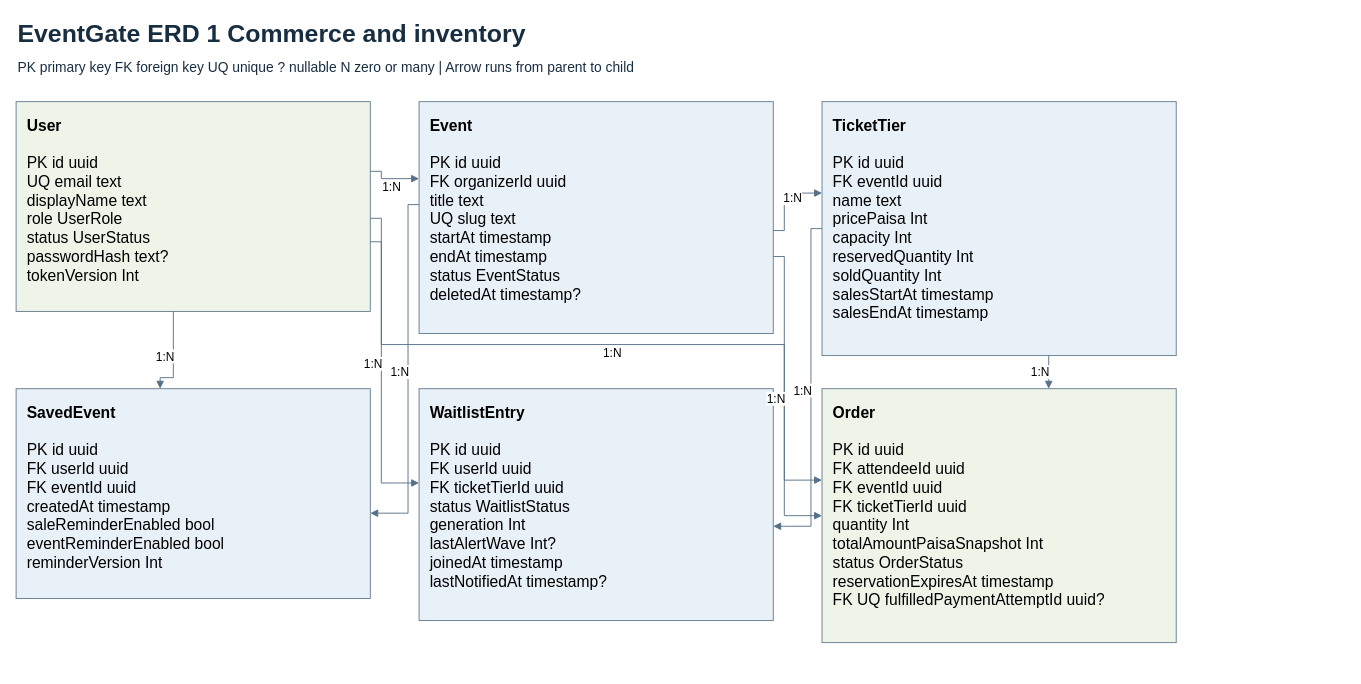
Above: page "EventGate ERD 1 Commerce and inventory" (1 of 6) of diagrams/eventgate-erd.drawio in SayemHasan74/eventgate-system-design (draw.io), before the change. Source tidied: cells renumbered, new cells numbered last; positions are measured from the earlier drawing's top-left corner, leaving out a move shared by most shapes. Both pictures are drawn from the tidied source at 92%, with x=0, y=0 at pixel (16, 16).
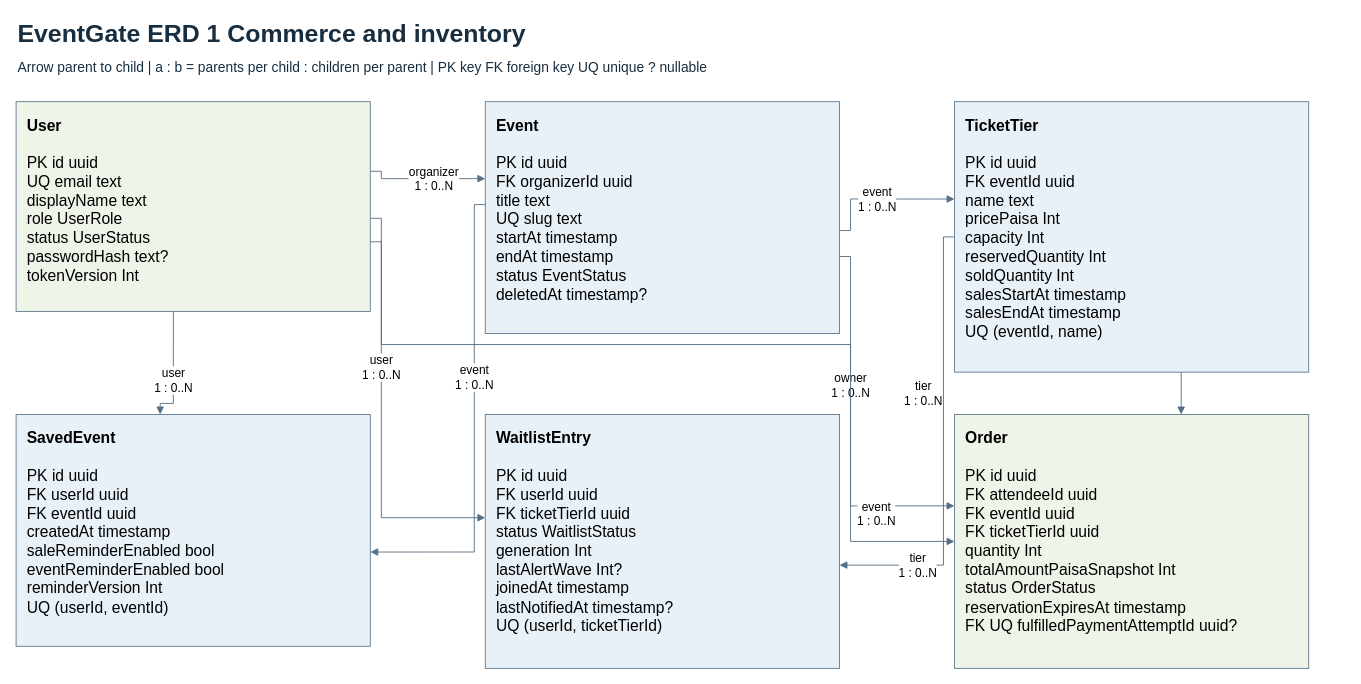
Above is the later version.

The change refers to these unchanged cells:
```xml
<mxCell id="4" value="&lt;b&gt;User&lt;/b&gt;&lt;br&gt;&lt;br&gt;PK id  uuid&lt;br&gt;UQ email  text&lt;br&gt;displayName  text&lt;br&gt;role  UserRole&lt;br&gt;status  UserStatus&lt;br&gt;passwordHash  text?&lt;br&gt;tokenVersion  Int" style="rounded=0;whiteSpace=wrap;html=1;align=left;verticalAlign=top;spacing=12;fontFamily=Arial;fontSize=17;fillColor=#eff4e9;strokeColor=#657c8f;" parent="1" vertex="1">
  <mxGeometry y="93" width="385" height="228" as="geometry" />
</mxCell>
```

The edit, as a diff of the source:
```diff
@@
     <mxCell id="2" value="EventGate ERD 1 Commerce and inventory" style="text;html=0;align=left;verticalAlign=middle;fontSize=27;fontStyle=1;fontColor=#172d40;" parent="1" vertex="1">
-      <mxGeometry width="1264" height="32" as="geometry" />
+      <mxGeometry width="1444" height="32" as="geometry" />
     </mxCell>
-    <mxCell id="3" value="PK primary key   FK foreign key   UQ unique   ? nullable   N zero or many   |   Arrow runs from parent to child" style="text;html=0;align=left;verticalAlign=middle;fontSize=15;fontStyle=0;fontColor=#172d40;" parent="1" vertex="1">
-      <mxGeometry y="39" width="1264" height="32" as="geometry" />
+    <mxCell id="3" value="Arrow parent to child   |   a : b = parents per child : children per parent   |   PK key   FK foreign key   UQ unique   ? nullable" style="text;html=0;align=left;verticalAlign=middle;fontSize=15;fontStyle=0;fontColor=#172d40;" parent="1" vertex="1">
+      <mxGeometry y="39" width="1444" height="32" as="geometry" />
     </mxCell>
@@
     <mxCell id="5" value="&lt;b&gt;Event&lt;/b&gt;&lt;br&gt;&lt;br&gt;PK id  uuid&lt;br&gt;FK organizerId  uuid&lt;br&gt;title  text&lt;br&gt;UQ slug  text&lt;br&gt;startAt  timestamp&lt;br&gt;endAt  timestamp&lt;br&gt;status  EventStatus&lt;br&gt;deletedAt  timestamp?" style="rounded=0;whiteSpace=wrap;html=1;align=left;verticalAlign=top;spacing=12;fontFamily=Arial;fontSize=17;fillColor=#e9f1f8;strokeColor=#657c8f;" parent="1" vertex="1">
-      <mxGeometry x="438" y="93" width="385" height="252" as="geometry" />
+      <mxGeometry x="510" y="93" width="385" height="252" as="geometry" />
     </mxCell>
-    <mxCell id="6" value="&lt;b&gt;TicketTier&lt;/b&gt;&lt;br&gt;&lt;br&gt;PK id  uuid&lt;br&gt;FK eventId  uuid&lt;br&gt;name  text&lt;br&gt;pricePaisa  Int&lt;br&gt;capacity  Int&lt;br&gt;reservedQuantity  Int&lt;br&gt;soldQuantity  Int&lt;br&gt;salesStartAt  timestamp&lt;br&gt;salesEndAt  timestamp" style="rounded=0;whiteSpace=wrap;html=1;align=left;verticalAlign=top;spacing=12;fontFamily=Arial;fontSize=17;fillColor=#e9f1f8;strokeColor=#657c8f;" parent="1" vertex="1">
-      <mxGeometry x="876" y="93" width="385" height="276" as="geometry" />
+    <mxCell id="6" value="&lt;b&gt;TicketTier&lt;/b&gt;&lt;br&gt;&lt;br&gt;PK id  uuid&lt;br&gt;FK eventId  uuid&lt;br&gt;name  text&lt;br&gt;pricePaisa  Int&lt;br&gt;capacity  Int&lt;br&gt;reservedQuantity  Int&lt;br&gt;soldQuantity  Int&lt;br&gt;salesStartAt  timestamp&lt;br&gt;salesEndAt  timestamp&lt;br&gt;UQ (eventId, name)" style="rounded=0;whiteSpace=wrap;html=1;align=left;verticalAlign=top;spacing=12;fontFamily=Arial;fontSize=17;fillColor=#e9f1f8;strokeColor=#657c8f;" parent="1" vertex="1">
+      <mxGeometry x="1020" y="93" width="385" height="294" as="geometry" />
     </mxCell>
-    <mxCell id="7" value="&lt;b&gt;SavedEvent&lt;/b&gt;&lt;br&gt;&lt;br&gt;PK id  uuid&lt;br&gt;FK userId  uuid&lt;br&gt;FK eventId  uuid&lt;br&gt;createdAt  timestamp&lt;br&gt;saleReminderEnabled  bool&lt;br&gt;eventReminderEnabled  bool&lt;br&gt;reminderVersion  Int" style="rounded=0;whiteSpace=wrap;html=1;align=left;verticalAlign=top;spacing=12;fontFamily=Arial;fontSize=17;fillColor=#e9f1f8;strokeColor=#657c8f;" parent="1" vertex="1">
-      <mxGeometry y="405" width="385" height="228" as="geometry" />
+    <mxCell id="7" value="&lt;b&gt;SavedEvent&lt;/b&gt;&lt;br&gt;&lt;br&gt;PK id  uuid&lt;br&gt;FK userId  uuid&lt;br&gt;FK eventId  uuid&lt;br&gt;createdAt  timestamp&lt;br&gt;saleReminderEnabled  bool&lt;br&gt;eventReminderEnabled  bool&lt;br&gt;reminderVersion  Int&lt;br&gt;UQ (userId, eventId)" style="rounded=0;whiteSpace=wrap;html=1;align=left;verticalAlign=top;spacing=12;fontFamily=Arial;fontSize=17;fillColor=#e9f1f8;strokeColor=#657c8f;" parent="1" vertex="1">
+      <mxGeometry y="433" width="385" height="252" as="geometry" />
     </mxCell>
-    <mxCell id="8" value="&lt;b&gt;WaitlistEntry&lt;/b&gt;&lt;br&gt;&lt;br&gt;PK id  uuid&lt;br&gt;FK userId  uuid&lt;br&gt;FK ticketTierId  uuid&lt;br&gt;status  WaitlistStatus&lt;br&gt;generation  Int&lt;br&gt;lastAlertWave  Int?&lt;br&gt;joinedAt  timestamp&lt;br&gt;lastNotifiedAt  timestamp?" style="rounded=0;whiteSpace=wrap;html=1;align=left;verticalAlign=top;spacing=12;fontFamily=Arial;fontSize=17;fillColor=#e9f1f8;strokeColor=#657c8f;" parent="1" vertex="1">
-      <mxGeometry x="438" y="405" width="385" height="252" as="geometry" />
+    <mxCell id="8" value="&lt;b&gt;WaitlistEntry&lt;/b&gt;&lt;br&gt;&lt;br&gt;PK id  uuid&lt;br&gt;FK userId  uuid&lt;br&gt;FK ticketTierId  uuid&lt;br&gt;status  WaitlistStatus&lt;br&gt;generation  Int&lt;br&gt;lastAlertWave  Int?&lt;br&gt;joinedAt  timestamp&lt;br&gt;lastNotifiedAt  timestamp?&lt;br&gt;UQ (userId, ticketTierId)" style="rounded=0;whiteSpace=wrap;html=1;align=left;verticalAlign=top;spacing=12;fontFamily=Arial;fontSize=17;fillColor=#e9f1f8;strokeColor=#657c8f;" parent="1" vertex="1">
+      <mxGeometry x="510" y="433" width="385" height="276" as="geometry" />
     </mxCell>
     <mxCell id="9" value="&lt;b&gt;Order&lt;/b&gt;&lt;br&gt;&lt;br&gt;PK id  uuid&lt;br&gt;FK attendeeId  uuid&lt;br&gt;FK eventId  uuid&lt;br&gt;FK ticketTierId  uuid&lt;br&gt;quantity  Int&lt;br&gt;totalAmountPaisaSnapshot  Int&lt;br&gt;status  OrderStatus&lt;br&gt;reservationExpiresAt  timestamp&lt;br&gt;FK UQ fulfilledPaymentAttemptId  uuid?" style="rounded=0;whiteSpace=wrap;html=1;align=left;verticalAlign=top;spacing=12;fontFamily=Arial;fontSize=17;fillColor=#eff4e9;strokeColor=#657c8f;" parent="1" vertex="1">
-      <mxGeometry x="876" y="405" width="385" height="276" as="geometry" />
+      <mxGeometry x="1020" y="433" width="385" height="276" as="geometry" />
     </mxCell>
-    <mxCell id="10" value="1:N" style="edgeStyle=none;rounded=0;html=1;fontSize=13;labelBackgroundColor=#ffffff;strokeColor=#557087;endArrow=block;endFill=1;exitX=1;exitY=0.332;entryX=0;entryY=0.332;exitPerimeter=0;entryPerimeter=0;dashed=0;" parent="1" edge="1" source="4" target="5">
-      <mxGeometry y="-9" relative="1" as="geometry">
+    <mxCell id="10" value="organizer&lt;br&gt;1 : 0..N" style="edgeStyle=none;rounded=0;html=1;fontSize=13;labelBackgroundColor=#ffffff;strokeColor=#557087;endArrow=block;endFill=1;exitX=1;exitY=0.332;entryX=0;entryY=0.332;exitPerimeter=0;entryPerimeter=0;dashed=0;" parent="1" edge="1" source="4" target="5">
+      <mxGeometry relative="1" as="geometry">
         <Array as="points">
           <mxPoint x="397" y="168.7" />
           <mxPoint x="397" y="176.7" />
         </Array>
+        <mxPoint x="10" as="offset" />
       </mxGeometry>
     </mxCell>
-    <mxCell id="11" value="1:N" style="edgeStyle=none;rounded=0;html=1;fontSize=13;labelBackgroundColor=#ffffff;strokeColor=#557087;endArrow=block;endFill=1;exitX=0.44400000000000006;exitY=1;entryX=0.4066666666666667;entryY=0;exitPerimeter=0;entryPerimeter=0;dashed=0;" parent="1" edge="1" source="4" target="7">
-      <mxGeometry y="-9" relative="1" as="geometry">
+    <mxCell id="11" value="user&lt;br&gt;1 : 0..N" style="edgeStyle=none;rounded=0;html=1;fontSize=13;labelBackgroundColor=#ffffff;strokeColor=#557087;endArrow=block;endFill=1;exitX=0.44400000000000006;exitY=1;entryX=0.4066666666666667;entryY=0;exitPerimeter=0;entryPerimeter=0;dashed=0;" parent="1" edge="1" source="4" target="7">
+      <mxGeometry relative="1" as="geometry">
         <Array as="points">
-          <mxPoint x="170.9" y="393" />
-          <mxPoint x="156.6" y="393" />
+          <mxPoint x="170.9" y="421" />
+          <mxPoint x="156.6" y="421" />
         </Array>
+        <mxPoint y="11.8" as="offset" />
       </mxGeometry>
     </mxCell>
-    <mxCell id="12" value="1:N" style="edgeStyle=none;rounded=0;html=1;fontSize=13;labelBackgroundColor=#ffffff;strokeColor=#557087;endArrow=block;endFill=1;exitX=0;exitY=0.44400000000000006;entryX=1;entryY=0.5933333333333334;exitPerimeter=0;entryPerimeter=0;dashed=0;" parent="1" edge="1" source="5" target="7">
-      <mxGeometry y="-9" relative="1" as="geometry">
+    <mxCell id="12" value="event&lt;br&gt;1 : 0..N" style="edgeStyle=none;rounded=0;html=1;fontSize=13;labelBackgroundColor=#ffffff;strokeColor=#557087;endArrow=block;endFill=1;exitX=0;exitY=0.44400000000000006;entryX=1;entryY=0.5933333333333334;exitPerimeter=0;entryPerimeter=0;dashed=0;" parent="1" edge="1" source="5" target="7">
+      <mxGeometry relative="1" as="geometry">
         <Array as="points">
-          <mxPoint x="426" y="204.9" />
-          <mxPoint x="426" y="540.3" />
+          <mxPoint x="498" y="204.9" />
+          <mxPoint x="498" y="582.5" />
         </Array>
+        <mxPoint y="-50.5" as="offset" />
       </mxGeometry>
     </mxCell>
-    <mxCell id="13" value="1:N" style="edgeStyle=none;rounded=0;html=1;fontSize=13;labelBackgroundColor=#ffffff;strokeColor=#557087;endArrow=block;endFill=1;exitX=1;exitY=0.556;entryX=0;entryY=0.36;exitPerimeter=0;entryPerimeter=0;dashed=0;" parent="1" edge="1" source="5" target="6">
-      <mxGeometry y="-9" relative="1" as="geometry">
+    <mxCell id="13" value="event&lt;br&gt;1 : 0..N" style="edgeStyle=none;rounded=0;html=1;fontSize=13;labelBackgroundColor=#ffffff;strokeColor=#557087;endArrow=block;endFill=1;exitX=1;exitY=0.556;entryX=0;entryY=0.36;exitPerimeter=0;entryPerimeter=0;dashed=0;" parent="1" edge="1" source="5" target="6">
+      <mxGeometry relative="1" as="geometry">
         <Array as="points">
-          <mxPoint x="835" y="233.1" />
-          <mxPoint x="835" y="192.4" />
+          <mxPoint x="907" y="233.1" />
+          <mxPoint x="907" y="198.8" />
         </Array>
+        <mxPoint x="-5.1" as="offset" />
       </mxGeometry>
     </mxCell>
-    <mxCell id="14" value="1:N" style="edgeStyle=none;rounded=0;html=1;fontSize=13;labelBackgroundColor=#ffffff;strokeColor=#557087;endArrow=block;endFill=1;exitX=1;exitY=0.556;entryX=0;entryY=0.4066666666666667;exitPerimeter=0;entryPerimeter=0;dashed=0;" parent="1" edge="1" source="4" target="8">
-      <mxGeometry y="-9" relative="1" as="geometry">
+    <mxCell id="14" value="user&lt;br&gt;1 : 0..N" style="edgeStyle=none;rounded=0;html=1;fontSize=13;labelBackgroundColor=#ffffff;strokeColor=#557087;endArrow=block;endFill=1;exitX=1;exitY=0.556;entryX=0;entryY=0.4066666666666667;exitPerimeter=0;entryPerimeter=0;dashed=0;" parent="1" edge="1" source="4" target="8">
+      <mxGeometry relative="1" as="geometry">
         <Array as="points">
           <mxPoint x="397" y="219.8" />
-          <mxPoint x="397" y="507.5" />
+          <mxPoint x="397" y="545.2" />
         </Array>
+        <mxPoint y="-50.5" as="offset" />
       </mxGeometry>
     </mxCell>
-    <mxCell id="15" value="1:N" style="edgeStyle=none;rounded=0;html=1;fontSize=13;labelBackgroundColor=#ffffff;strokeColor=#557087;endArrow=block;endFill=1;exitX=0;exitY=0.5;entryX=1;entryY=0.5933333333333334;exitPerimeter=0;entryPerimeter=0;dashed=0;" parent="1" edge="1" source="6" target="8">
-      <mxGeometry y="-9" relative="1" as="geometry">
+    <mxCell id="15" value="tier&lt;br&gt;1 : 0..N" style="edgeStyle=none;rounded=0;html=1;fontSize=13;labelBackgroundColor=#ffffff;strokeColor=#557087;endArrow=block;endFill=1;exitX=0;exitY=0.5;entryX=1;entryY=0.5933333333333334;exitPerimeter=0;entryPerimeter=0;dashed=0;" parent="1" edge="1" source="6" target="8">
+      <mxGeometry relative="1" as="geometry">
         <Array as="points">
-          <mxPoint x="864" y="231" />
-          <mxPoint x="864" y="554.5" />
+          <mxPoint x="1008" y="240" />
+          <mxPoint x="1008" y="596.8" />
         </Array>
+        <mxPoint x="-28.2" y="127.9" as="offset" />
       </mxGeometry>
     </mxCell>
-    <mxCell id="16" value="1:N" style="edgeStyle=none;rounded=0;html=1;fontSize=13;labelBackgroundColor=#ffffff;strokeColor=#557087;endArrow=block;endFill=1;exitX=1;exitY=0.668;entryX=0;entryY=0.36;exitPerimeter=0;entryPerimeter=0;dashed=0;" parent="1" edge="1" source="4" target="9">
-      <mxGeometry y="-9" relative="1" as="geometry">
+    <mxCell id="16" value="owner&lt;br&gt;1 : 0..N" style="edgeStyle=none;rounded=0;html=1;fontSize=13;labelBackgroundColor=#ffffff;strokeColor=#557087;endArrow=block;endFill=1;exitX=1;exitY=0.668;entryX=0;entryY=0.36;exitPerimeter=0;entryPerimeter=0;dashed=0;" parent="1" edge="1" source="4" target="9">
+      <mxGeometry relative="1" as="geometry">
         <Array as="points">
           <mxPoint x="397" y="245.3" />
           <mxPoint x="397" y="357" />
-          <mxPoint x="835" y="357" />
-          <mxPoint x="835" y="504.4" />
+          <mxPoint x="907" y="357" />
+          <mxPoint x="907" y="532.4" />
         </Array>
+        <mxPoint x="172.7" y="43.8" as="offset" />
       </mxGeometry>
     </mxCell>
-    <mxCell id="17" value="1:N" style="edgeStyle=none;rounded=0;html=1;fontSize=13;labelBackgroundColor=#ffffff;strokeColor=#557087;endArrow=block;endFill=1;exitX=1;exitY=0.668;entryX=0;entryY=0.5;exitPerimeter=0;entryPerimeter=0;dashed=0;" parent="1" edge="1" source="5" target="9">
-      <mxGeometry y="-9" relative="1" as="geometry">
+    <mxCell id="17" value="event&lt;br&gt;1 : 0..N" style="edgeStyle=none;rounded=0;html=1;fontSize=13;labelBackgroundColor=#ffffff;strokeColor=#557087;endArrow=block;endFill=1;exitX=1;exitY=0.668;entryX=0;entryY=0.5;exitPerimeter=0;entryPerimeter=0;dashed=0;" parent="1" edge="1" source="5" target="9">
+      <mxGeometry relative="1" as="geometry">
         <Array as="points">
-          <mxPoint x="835" y="261.3" />
-          <mxPoint x="835" y="543" />
+          <mxPoint x="907" y="261.3" />
+          <mxPoint x="907" y="571" />
         </Array>
+        <mxPoint x="28.2" y="74.3" as="offset" />
       </mxGeometry>
     </mxCell>
-    <mxCell id="18" value="1:N" style="edgeStyle=none;rounded=0;html=1;fontSize=13;labelBackgroundColor=#ffffff;strokeColor=#557087;endArrow=block;endFill=1;exitX=0.64;exitY=1;entryX=0.64;entryY=0;exitPerimeter=0;entryPerimeter=0;dashed=0;" parent="1" edge="1" source="6" target="9">
-      <mxGeometry y="-9" relative="1" as="geometry" />
+    <mxCell id="18" value="tier&lt;br&gt;1 : 0..N" style="edgeStyle=none;rounded=0;html=1;fontSize=13;labelBackgroundColor=#ffffff;strokeColor=#557087;endArrow=block;endFill=1;exitX=0.64;exitY=1;entryX=0.64;entryY=0;exitPerimeter=0;entryPerimeter=0;dashed=0;" parent="1" edge="1" source="6" target="9">
+      <mxGeometry relative="1" as="geometry">
+        <mxPoint x="-280" as="offset" />
+      </mxGeometry>
     </mxCell>
```
